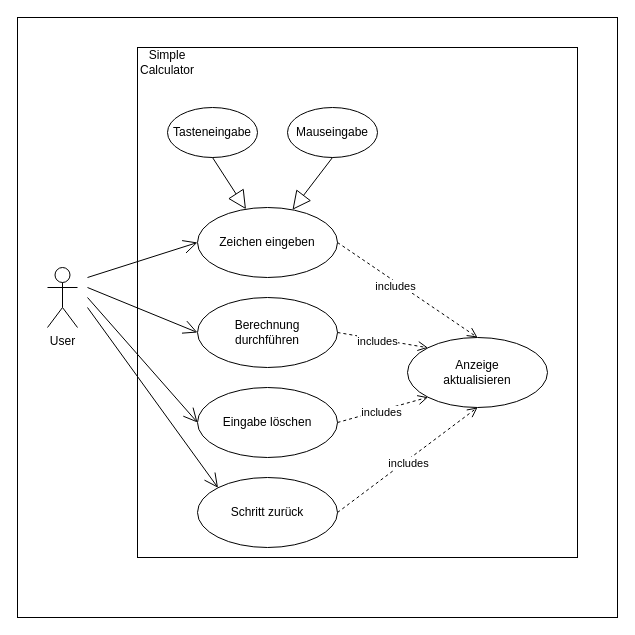
Earlier version of the draw.io diagram documentation/diagrams/Taschenrechner_UseCase.drawio (PhilDusseldorf/Mini-Test-Projektarbeit-SimpleCalculator-). Source tidied: cells renumbered, new cells numbered last; positions are measured from the earlier drawing's top-left corner, leaving out a move shared by most shapes. Both pictures are drawn from the tidied source at 100%, with x=0, y=0 at pixel (17, 17).
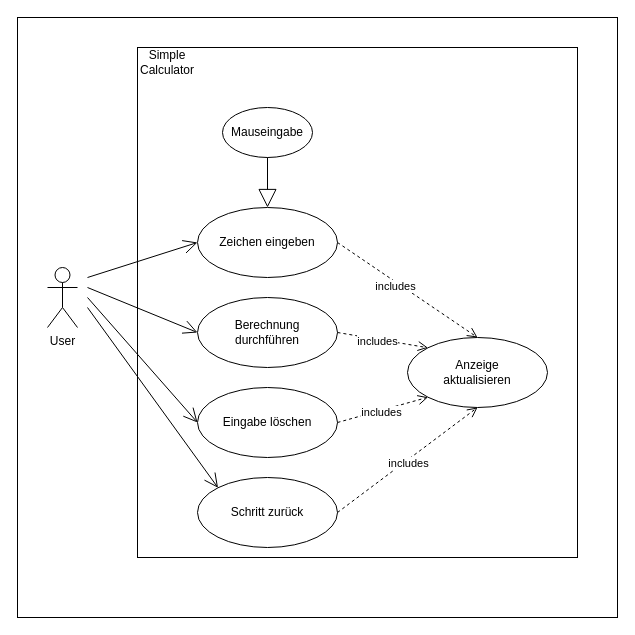
After the change.

Unchanged cells that the change refers to:
```xml
<mxCell id="6" value="Zeichen eingeben" style="ellipse;whiteSpace=wrap;html=1;" parent="1" vertex="1">
  <mxGeometry x="180" y="190" width="140" height="70" as="geometry" />
</mxCell>
```

Change to the diagram source:
```diff
@@
-    <mxCell id="19" value="Tasteneingabe" style="ellipse;whiteSpace=wrap;html=1;" parent="1" vertex="1">
-      <mxGeometry x="150" y="90" width="90" height="50" as="geometry" />
-    </mxCell>
     <mxCell id="20" value="Mauseingabe" style="ellipse;whiteSpace=wrap;html=1;" parent="1" vertex="1">
-      <mxGeometry x="270" y="90" width="90" height="50" as="geometry" />
+      <mxGeometry x="205" y="90" width="90" height="50" as="geometry" />
     </mxCell>
-    <mxCell id="21" style="endArrow=block;endSize=16;endFill=0;html=1;rounded=0;exitX=0.5;exitY=1;exitDx=0;exitDy=0;" parent="1" edge="1" source="19" target="6">
-      <mxGeometry relative="1" as="geometry" />
-    </mxCell>
```
